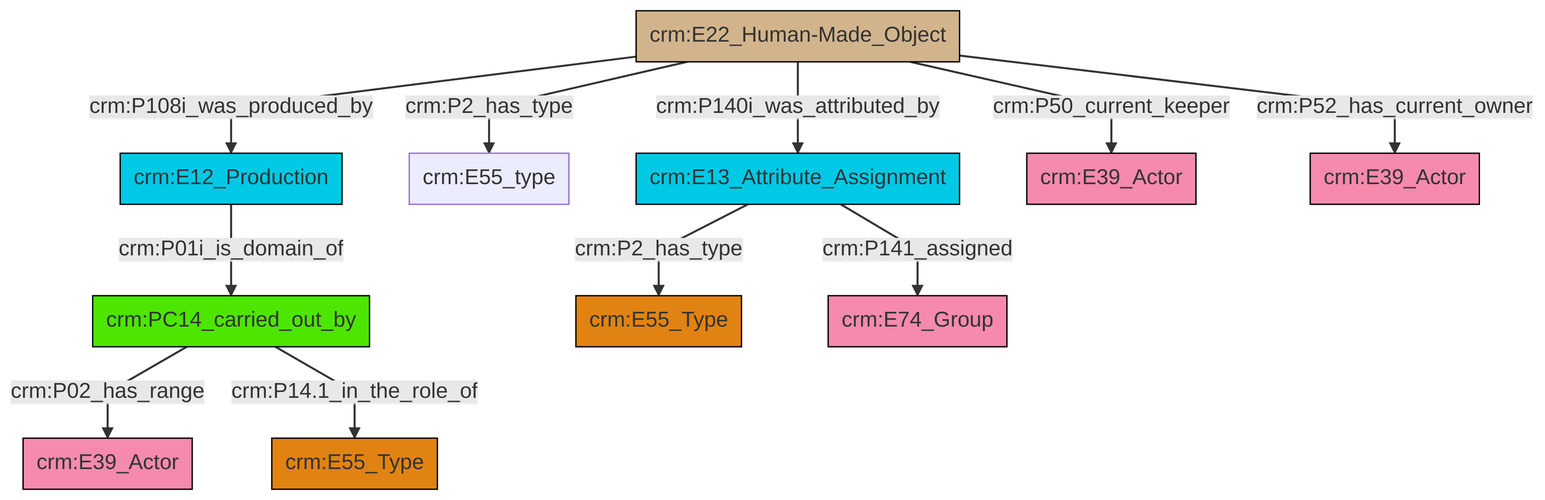
swiss-art-research-net/docs.swissartresearch keeps this Mermaid diagram as et/artworkCSV/ttl/mmd/png/Artwork_Actor_Relations.png. Above is the earlier version. Its source is kept beside it as et/artworkCSV/ttl/mmd/Artwork_Actor_Relations.ttl.mmd.
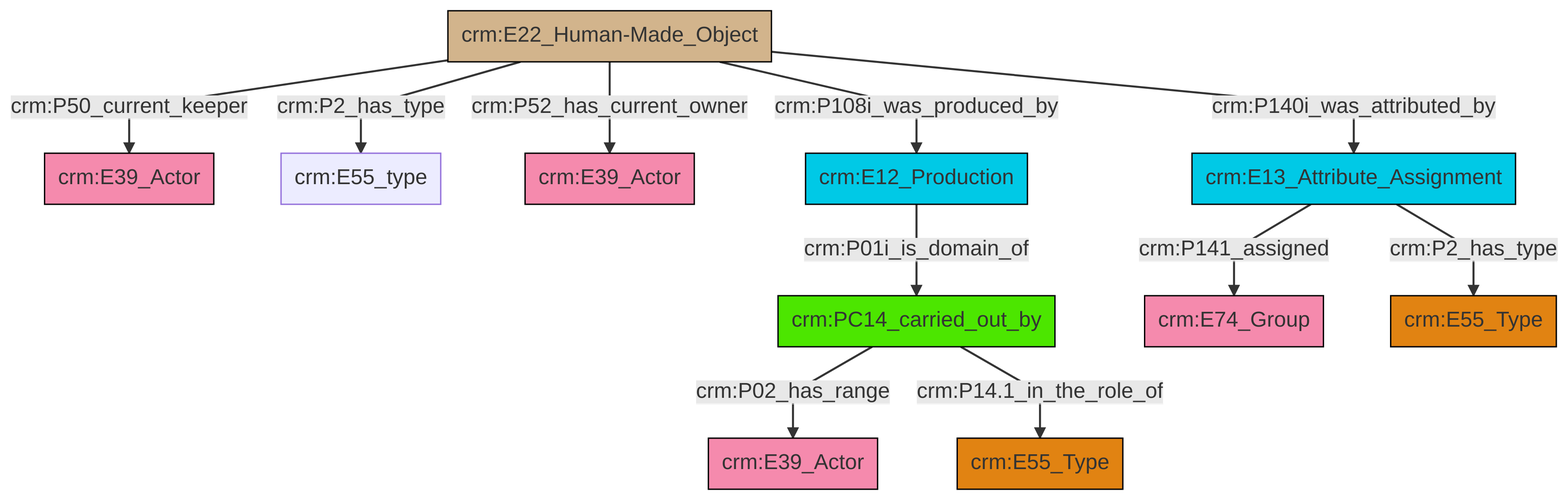
Later version of the same file.

What changed in the source:
```diff
@@ -13,13 +13,13 @@
 classDef PC_Classes fill:#4ce600, stroke:#000000;
 classDef Multi fill:#cccccc,stroke:#000000;
 
-2["crm:E13_Attribute_Assignment"]:::Temporal_Entity -->|crm:P2_has_type| 3["crm:E55_Type"]:::Type
-4["crm:E22_Human-Made_Object"]:::Physical_Thing -->|crm:P108i_was_produced_by| 0["crm:E12_Production"]:::Temporal_Entity
-5["crm:PC14_carried_out_by"]:::PC_Classes -->|crm:P02_has_range| 6["crm:E39_Actor"]:::Actor
-4["crm:E22_Human-Made_Object"]:::Physical_Thing -->|crm:P2_has_type| 7["crm:E55_type"]:::Default
-4["crm:E22_Human-Made_Object"]:::Physical_Thing -->|crm:P140i_was_attributed_by| 2["crm:E13_Attribute_Assignment"]:::Temporal_Entity
-0["crm:E12_Production"]:::Temporal_Entity -->|crm:P01i_is_domain_of| 5["crm:PC14_carried_out_by"]:::PC_Classes
-5["crm:PC14_carried_out_by"]:::PC_Classes -->|crm:P14.1_in_the_role_of| 11["crm:E55_Type"]:::Type
-4["crm:E22_Human-Made_Object"]:::Physical_Thing -->|crm:P50_current_keeper| 9["crm:E39_Actor"]:::Actor
-2["crm:E13_Attribute_Assignment"]:::Temporal_Entity -->|crm:P141_assigned| 15["crm:E74_Group"]:::Actor
-4["crm:E22_Human-Made_Object"]:::Physical_Thing -->|crm:P52_has_current_owner| 17["crm:E39_Actor"]:::Actor
+4["crm:E22_Human-Made_Object"]:::Physical_Thing -->|crm:P50_current_keeper| 5["crm:E39_Actor"]:::Actor
+2["crm:PC14_carried_out_by"]:::PC_Classes -->|crm:P02_has_range| 0["crm:E39_Actor"]:::Actor
+4["crm:E22_Human-Made_Object"]:::Physical_Thing -->|crm:P2_has_type| 10["crm:E55_type"]:::Default
+4["crm:E22_Human-Made_Object"]:::Physical_Thing -->|crm:P140i_was_attributed_by| 14["crm:E13_Attribute_Assignment"]:::Temporal_Entity
+14["crm:E13_Attribute_Assignment"]:::Temporal_Entity -->|crm:P2_has_type| 16["crm:E55_Type"]:::Type
+18["crm:E12_Production"]:::Temporal_Entity -->|crm:P01i_is_domain_of| 2["crm:PC14_carried_out_by"]:::PC_Classes
+2["crm:PC14_carried_out_by"]:::PC_Classes -->|crm:P14.1_in_the_role_of| 6["crm:E55_Type"]:::Type
+4["crm:E22_Human-Made_Object"]:::Physical_Thing -->|crm:P108i_was_produced_by| 18["crm:E12_Production"]:::Temporal_Entity
+14["crm:E13_Attribute_Assignment"]:::Temporal_Entity -->|crm:P141_assigned| 8["crm:E74_Group"]:::Actor
+4["crm:E22_Human-Made_Object"]:::Physical_Thing -->|crm:P52_has_current_owner| 12["crm:E39_Actor"]:::Actor
```
